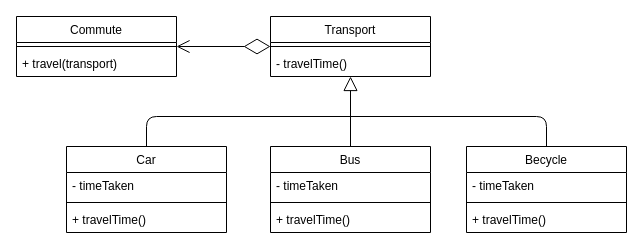
The draw.io diagram page "Strategy" (9 of 14) of UML Diagrams.drawio in victor2996/Patterns, before the edit. Source tidied: cells renumbered, new cells numbered last; positions are measured from the earlier drawing's top-left corner, leaving out a move shared by most shapes. Both pictures are drawn from the tidied source at 100%, with x=0, y=0 at pixel (16, 16).
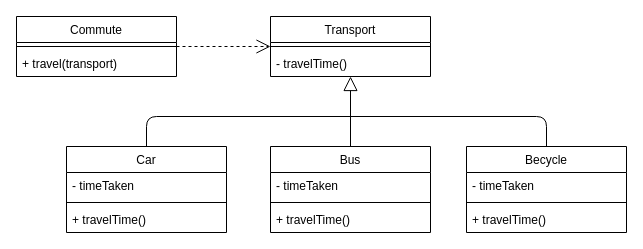
The same diagram, later.

The change refers to these unchanged cells:
```xml
<mxCell id="2" value="Transport" style="swimlane;fontStyle=0;align=center;verticalAlign=top;horizontal=1;startSize=26;" parent="1" vertex="1">
  <mxGeometry x="254" width="160" height="60" as="geometry" />
</mxCell>
<mxCell id="19" value="Commute" style="swimlane;fontStyle=0;align=center;verticalAlign=top;horizontal=1;startSize=26;" parent="1" vertex="1">
  <mxGeometry width="160" height="60" as="geometry" />
</mxCell>
```

Diff of the diagram source:
```diff
@@
-    <mxCell id="22" style="endArrow=diamondThin;endFill=0;endSize=24;html=1;exitX=1;exitY=0.5;exitDx=0;exitDy=0;entryX=0;entryY=0.5;entryDx=0;entryDy=0;startArrow=open;startFill=0;startSize=11;" parent="1" edge="1" source="19" target="2">
+    <mxCell id="22" style="endArrow=open;endFill=0;endSize=12;html=1;exitX=1;exitY=0.5;exitDx=0;exitDy=0;entryX=0;entryY=0.5;entryDx=0;entryDy=0;startArrow=none;startFill=0;startSize=11;dashed=1;" parent="1" edge="1" source="19" target="2">
       <mxGeometry relative="1" as="geometry" />
     </mxCell>
```
